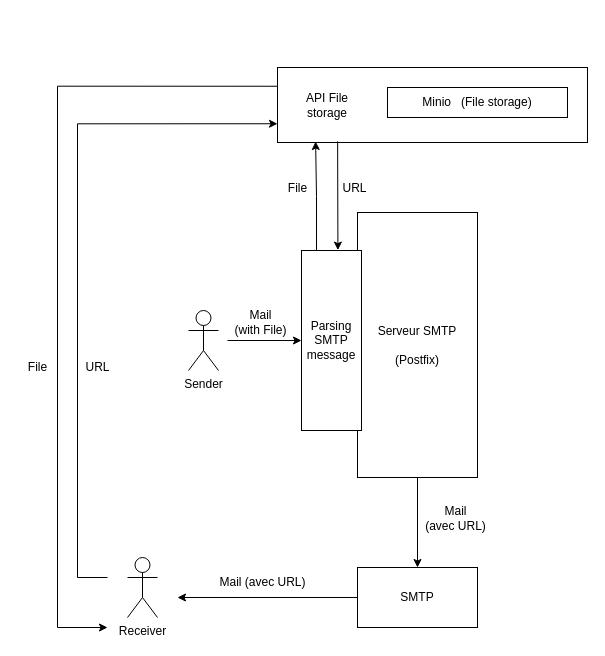
This is docs/architecture.drawio from Don-t-ttach-my-documents/don-t-ttach-my-documents, a draw.io file, before an edit. Source tidied: cells renumbered, new cells numbered last; positions are measured from the earlier drawing's top-left corner, leaving out a move shared by most shapes. Both pictures are drawn from the tidied source at 100%, with x=0, y=0 at pixel (17, 67).
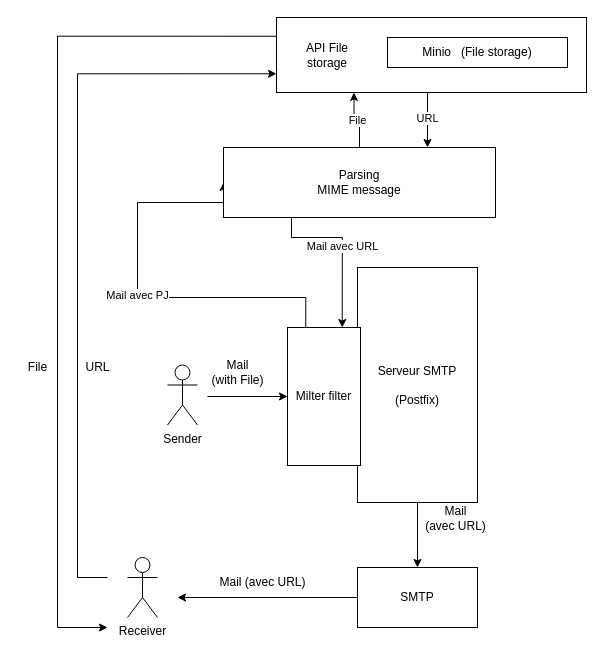
After the change.

Commit message:
maj schema architecture (#5)

What changed in the source:
```diff
@@
+    <mxCell id="20" value="URL" style="edgeStyle=orthogonalEdgeStyle;rounded=0;jettySize=auto;html=1;exitX=0.5;exitY=1;exitDx=0;exitDy=0;entryX=0.75;entryY=0;entryDx=0;entryDy=0;" parent="1" edge="1" source="2" target="26">
+      <mxGeometry relative="1" as="geometry">
+        <Array as="points">
+          <mxPoint x="410" y="25" />
+        </Array>
+      </mxGeometry>
+    </mxCell>
     <mxCell id="2" style="rounded=0;whiteSpace=wrap;html=1;" parent="1" vertex="1">
-      <mxGeometry x="260" width="310" height="75" as="geometry" />
+      <mxGeometry x="259" y="-50" width="310" height="75" as="geometry" />
     </mxCell>
     <mxCell id="3" value="&lt;div&gt;Minio&amp;nbsp;&amp;nbsp; (File storage)&lt;br&gt;&lt;/div&gt;" style="rounded=0;whiteSpace=wrap;html=1;" parent="1" vertex="1">
-      <mxGeometry x="370" y="20" width="180" height="30" as="geometry" />
+      <mxGeometry x="370" y="-30" width="180" height="30" as="geometry" />
     </mxCell>
     <mxCell id="4" value="API File storage" style="text;html=1;strokeColor=none;fillColor=none;align=center;verticalAlign=middle;whiteSpace=wrap;rounded=0;" parent="1" vertex="1">
-      <mxGeometry x="280" y="22.5" width="60" height="30" as="geometry" />
+      <mxGeometry x="280" y="-27.5" width="60" height="30" as="geometry" />
     </mxCell>
@@
     <mxCell id="6" value="&lt;div&gt;Serveur SMTP&lt;/div&gt;&lt;div&gt;&lt;br&gt;&lt;/div&gt;&lt;div&gt;(Postfix)&lt;br&gt;&lt;/div&gt;" style="rounded=0;whiteSpace=wrap;html=1;" parent="1" vertex="1">
-      <mxGeometry x="340" y="145" width="120" height="265" as="geometry" />
+      <mxGeometry x="340" y="200" width="120" height="235" as="geometry" />
     </mxCell>
     <mxCell id="7" value="&lt;div&gt;Sender&lt;/div&gt;&lt;div&gt;&lt;br&gt;&lt;/div&gt;" style="shape=umlActor;verticalLabelPosition=bottom;verticalAlign=top;html=1;" parent="1" vertex="1">
-      <mxGeometry x="171" y="243" width="30" height="60" as="geometry" />
+      <mxGeometry x="150" y="297.5" width="30" height="60" as="geometry" />
     </mxCell>
-    <mxCell id="8" style="edgeStyle=orthogonalEdgeStyle;rounded=0;jettySize=auto;html=1;exitX=0.25;exitY=0;exitDx=0;exitDy=0;entryX=0.123;entryY=0.987;entryDx=0;entryDy=0;entryPerimeter=0;startArrow=none;startFill=0;endArrow=classic;endFill=1;" parent="1" edge="1" source="9" target="2">
-      <mxGeometry relative="1" as="geometry" />
-    </mxCell>
+    <mxCell id="24" value="Mail avec PJ" style="edgeStyle=orthogonalEdgeStyle;rounded=0;jettySize=auto;html=1;exitX=0.25;exitY=0;exitDx=0;exitDy=0;entryX=0;entryY=0.5;entryDx=0;entryDy=0;" parent="1" edge="1" source="9" target="26">
+      <mxGeometry relative="1" as="geometry">
+        <Array as="points">
+          <mxPoint x="288" y="230" />
+          <mxPoint x="120" y="230" />
+          <mxPoint x="120" y="135" />
+        </Array>
+      </mxGeometry>
+    </mxCell>
-    <mxCell id="9" value="&lt;div&gt;Parsing&lt;/div&gt;&lt;div&gt;SMTP&lt;/div&gt;&lt;div&gt;message&lt;br&gt;&lt;/div&gt;" style="rounded=0;whiteSpace=wrap;html=1;" parent="1" vertex="1">
-      <mxGeometry x="284" y="183" width="60" height="180" as="geometry" />
+    <mxCell id="9" value="Milter filter" style="rounded=0;whiteSpace=wrap;html=1;" parent="1" vertex="1">
+      <mxGeometry x="270" y="260" width="73" height="138" as="geometry" />
     </mxCell>
     <mxCell id="10" style="endArrow=classic;html=1;rounded=0;entryX=0;entryY=0.5;entryDx=0;entryDy=0;" parent="1" edge="1" target="9">
       <mxGeometry relative="1" as="geometry">
-        <mxPoint x="210" y="273" as="sourcePoint" />
+        <mxPoint x="190" y="329" as="sourcePoint" />
       </mxGeometry>
     </mxCell>
@@
     <mxCell id="13" style="edgeStyle=orthogonalEdgeStyle;rounded=0;jettySize=auto;html=1;entryX=0;entryY=0.25;entryDx=0;entryDy=0;startArrow=classic;startFill=1;endArrow=none;endFill=0;" parent="1" edge="1" target="2">
       <mxGeometry relative="1" as="geometry">
         <mxPoint x="90" y="560" as="sourcePoint" />
         <Array as="points">
           <mxPoint x="40" y="560" />
-          <mxPoint x="40" y="19" />
+          <mxPoint x="40" y="-31" />
         </Array>
       </mxGeometry>
     </mxCell>
     <mxCell id="14" style="edgeStyle=orthogonalEdgeStyle;rounded=0;jettySize=auto;html=1;entryX=0;entryY=0.75;entryDx=0;entryDy=0;startArrow=none;startFill=0;endArrow=classic;endFill=1;" parent="1" edge="1" target="2">
       <mxGeometry relative="1" as="geometry">
         <mxPoint x="90" y="510" as="sourcePoint" />
         <Array as="points">
           <mxPoint x="60" y="510" />
-          <mxPoint x="60" y="56" />
+          <mxPoint x="60" y="6" />
         </Array>
       </mxGeometry>
     </mxCell>
@@
-    <mxCell id="18" style="endArrow=classic;html=1;rounded=0;exitX=0.194;exitY=0.986;exitDx=0;exitDy=0;exitPerimeter=0;entryX=0.607;entryY=-0.002;entryDx=0;entryDy=0;entryPerimeter=0;" parent="1" edge="1" source="2" target="9">
-      <mxGeometry relative="1" as="geometry" />
-    </mxCell>
-    <mxCell id="19" value="File" style="text;html=1;align=center;verticalAlign=middle;strokeColor=none;fillColor=none;" parent="1" vertex="1">
-      <mxGeometry x="260" y="106" width="40" height="30" as="geometry" />
-    </mxCell>
-    <mxCell id="20" value="URL" style="text;html=1;align=center;verticalAlign=middle;strokeColor=none;fillColor=none;" parent="1" vertex="1">
-      <mxGeometry x="312" y="106" width="50" height="30" as="geometry" />
-    </mxCell>
@@
     <mxCell id="22" value="&lt;div&gt;Mail &lt;br&gt;&lt;/div&gt;&lt;div&gt;(with File)&lt;/div&gt;" style="text;html=1;align=center;verticalAlign=middle;strokeColor=none;fillColor=none;" parent="1" vertex="1">
-      <mxGeometry x="203" y="235" width="80" height="40" as="geometry" />
+      <mxGeometry x="180" y="285" width="80" height="40" as="geometry" />
     </mxCell>
@@
+    <mxCell id="25" value="Mail avec URL" style="edgeStyle=orthogonalEdgeStyle;rounded=0;jettySize=auto;html=1;exitX=0.25;exitY=1;exitDx=0;exitDy=0;entryX=0.75;entryY=0;entryDx=0;entryDy=0;" parent="1" edge="1" source="26" target="9">
+      <mxGeometry relative="1" as="geometry">
+        <Array as="points">
+          <mxPoint x="325" y="170" />
+        </Array>
+      </mxGeometry>
+    </mxCell>
+    <mxCell id="19" value="File" style="edgeStyle=orthogonalEdgeStyle;rounded=0;jettySize=auto;html=1;exitX=0.5;exitY=0;exitDx=0;exitDy=0;entryX=0.25;entryY=1;entryDx=0;entryDy=0;" parent="1" edge="1" source="26" target="2">
+      <mxGeometry relative="1" as="geometry" />
+    </mxCell>
+    <mxCell id="26" value="&lt;div&gt;Parsing&lt;/div&gt;MIME message" style="rounded=0;whiteSpace=wrap;html=1;" parent="1" vertex="1">
+      <mxGeometry x="206" y="80" width="272" height="70" as="geometry" />
+    </mxCell>
```
